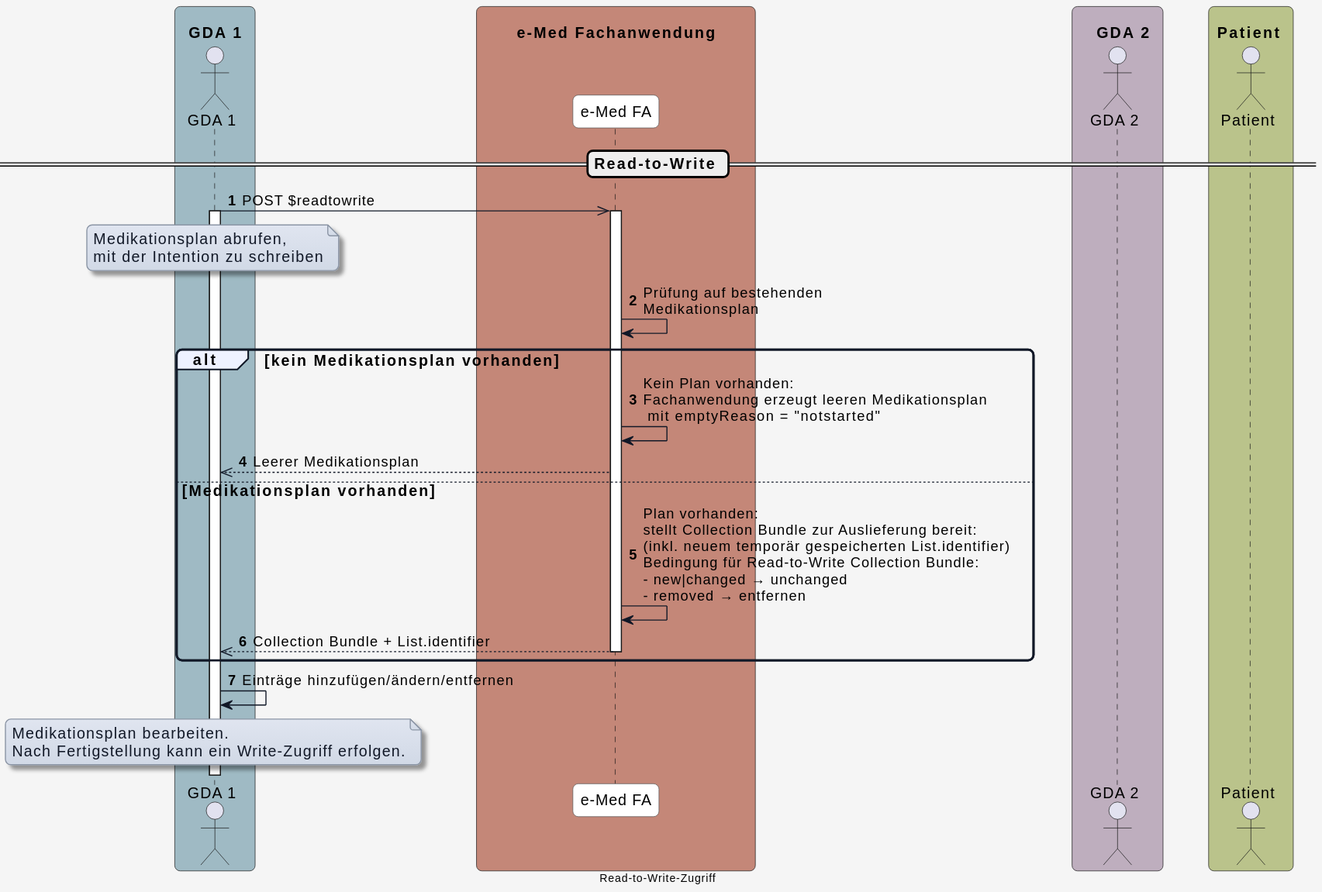
HL7Austria/hl7austria.github.io keeps this PlantUML diagram as r4-ELGA-e-Medikation-main/plantuml/diagram_readtowrite.svg. Above is the earlier version. Its diagram source:
```plantuml
@startuml
skinparam borderColor #000000
skinparam backgroundColor #f5f5f5
skinparam shadowing false
skinparam roundCorner 10
skinparam defaultFontName "Arial"
skinparam defaultFontSize 14
skinparam defaultFontColor #000000

skinparam note {
  BackgroundColor #e0e5f0-#d1d9e6
  BorderColor #8b95a5
  BorderThickness 1
  RoundCorner 8
  Padding 6
  FontColor #111827
  Shadowing true
}

skinparam HyperlinkColor #0000EE
skinparam HyperlinkUnderline false

skinparam sequence {
  ParticipantBorderColor #555555
  ParticipantBackgroundColor #ffffff
  ParticipantFontColor #000000
  ParticipantFontSize 14
  ParticipantPadding 20
  ArrowColor #111827
  ArrowThickness 1
  ArrowFontColor #000000
  ArrowFontSize 13
  GroupBorderColor #111827
  GroupBackgroundColor #eef2ff
  GroupBorderThickness 2
}

skinparam BoxPadding 20
skinparam BoxBorderColor #555555

box "\n  GDA 1  " #9fbac4
  actor GDA_1 as "GDA 1"
end box

box "\n       e-Med Fachanwendung       " #C48778
  participant eMed_FA as "e-Med FA"
end box

box "\n    GDA 2  " #beaebe
  actor GDA_2 as "GDA 2"
end box

box "\n Patient  " #bac38b
  actor Patient as "Patient"
end box


autonumber


== Read-to-Write ==

GDA_1 ->> eMed_FA: POST $readtowrite
activate GDA_1

note over GDA_1
Medikationsplan abrufen,
mit der Intention zu schreiben
end note

activate eMed_FA
eMed_FA -> eMed_FA: Prüfung auf bestehenden\nMedikationsplan

alt kein Medikationsplan vorhanden
  eMed_FA -> eMed_FA: Kein Plan vorhanden:\nFachanwendung erzeugt leeren Medikationsplan\n mit emptyReason = "notstarted"
  eMed_FA -->> GDA_1: Leerer Medikationsplan

else Medikationsplan vorhanden
  eMed_FA -> eMed_FA: Plan vorhanden:\nstellt Collection Bundle zur Auslieferung bereit:\n(inkl. neuem temporär gespeicherten List.identifier)\nBedingung für Read-to-Write Collection Bundle:\n- new|changed → unchanged\n- removed → entfernen
  eMed_FA -->> GDA_1: Collection Bundle + List.identifier
  deactivate eMed_FA
end

GDA_1 -> GDA_1: Einträge hinzufügen/ändern/entfernen

note over GDA_1
Medikationsplan bearbeiten.
Nach Fertigstellung kann ein Write-Zugriff erfolgen.
end note

center footer Read-to-Write-Zugriff
@enduml
```
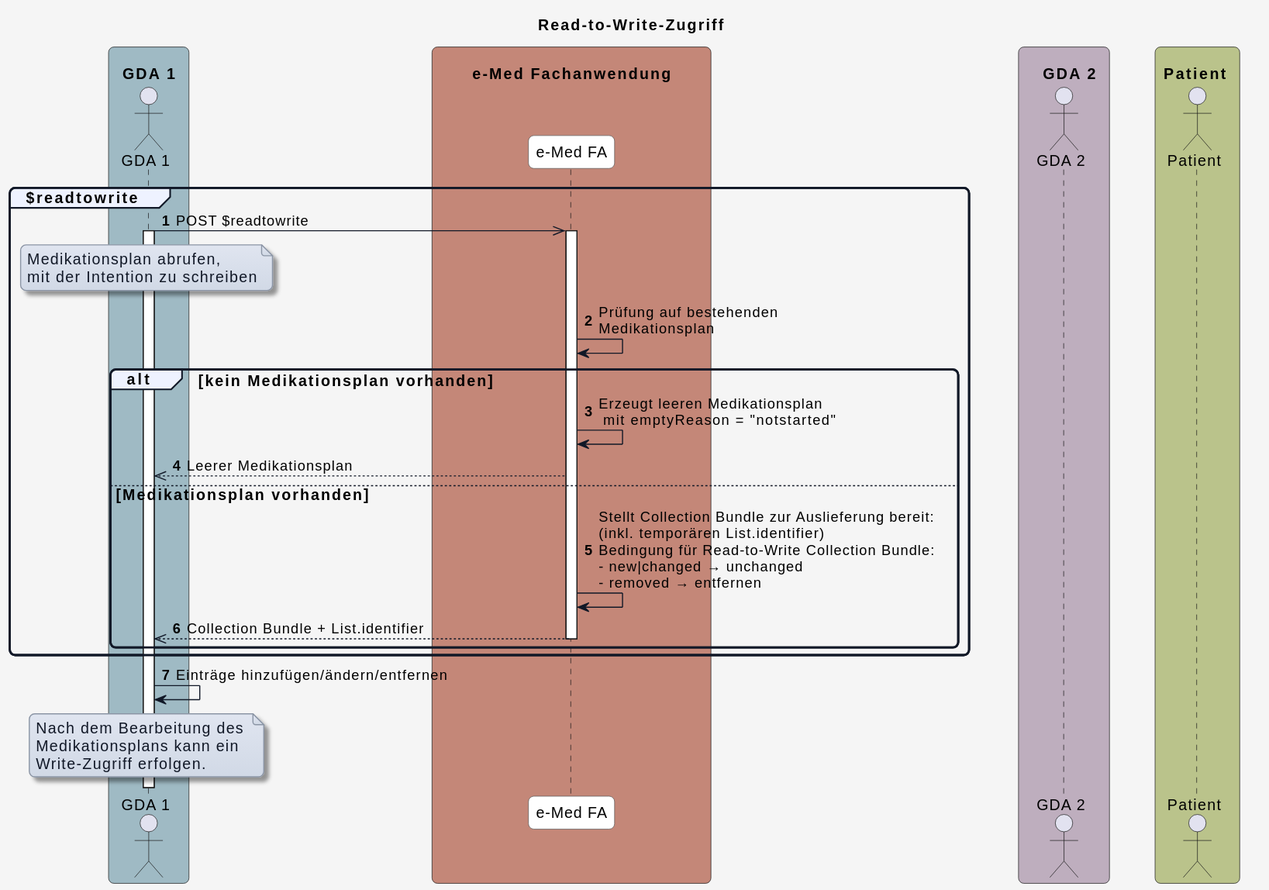
The same diagram one commit later.

What changed in the source:
```diff
@@ -1,4 +1,6 @@
 @startuml
+title Read-to-Write-Zugriff
+
 skinparam borderColor #000000
 skinparam backgroundColor #f5f5f5
 skinparam shadowing false
@@ -58,35 +60,36 @@
 autonumber
 
 
-== Read-to-Write ==
+group $readtowrite
 
-GDA_1 ->> eMed_FA: POST $readtowrite
-activate GDA_1
+  GDA_1 ->> eMed_FA: POST $readtowrite
+  activate GDA_1
 
-note over GDA_1
-Medikationsplan abrufen,
-mit der Intention zu schreiben
-end note
+  note over GDA_1
+  Medikationsplan abrufen,
+  mit der Intention zu schreiben
+  end note
 
-activate eMed_FA
-eMed_FA -> eMed_FA: Prüfung auf bestehenden\nMedikationsplan
+  activate eMed_FA
+  eMed_FA -> eMed_FA: Prüfung auf bestehenden\nMedikationsplan
 
-alt kein Medikationsplan vorhanden
-  eMed_FA -> eMed_FA: Kein Plan vorhanden:\nFachanwendung erzeugt leeren Medikationsplan\n mit emptyReason = "notstarted"
-  eMed_FA -->> GDA_1: Leerer Medikationsplan
+  alt kein Medikationsplan vorhanden
+    eMed_FA -> eMed_FA: Erzeugt leeren Medikationsplan\n mit emptyReason = "notstarted"
+    eMed_FA -->> GDA_1: Leerer Medikationsplan
 
-else Medikationsplan vorhanden
-  eMed_FA -> eMed_FA: Plan vorhanden:\nstellt Collection Bundle zur Auslieferung bereit:\n(inkl. neuem temporär gespeicherten List.identifier)\nBedingung für Read-to-Write Collection Bundle:\n- new|changed → unchanged\n- removed → entfernen
-  eMed_FA -->> GDA_1: Collection Bundle + List.identifier
-  deactivate eMed_FA
+  else Medikationsplan vorhanden
+    eMed_FA -> eMed_FA: Stellt Collection Bundle zur Auslieferung bereit:\n(inkl. temporären List.identifier)\nBedingung für Read-to-Write Collection Bundle:\n- new|changed → unchanged\n- removed → entfernen
+    eMed_FA -->> GDA_1: Collection Bundle + List.identifier
+    deactivate eMed_FA
+  end
+
 end
 
 GDA_1 -> GDA_1: Einträge hinzufügen/ändern/entfernen
 
 note over GDA_1
-Medikationsplan bearbeiten.
-Nach Fertigstellung kann ein Write-Zugriff erfolgen.
+Nach dem Bearbeitung des
+Medikationsplans kann ein
+Write-Zugriff erfolgen.
 end note
-
-center footer Read-to-Write-Zugriff
 @enduml
```
